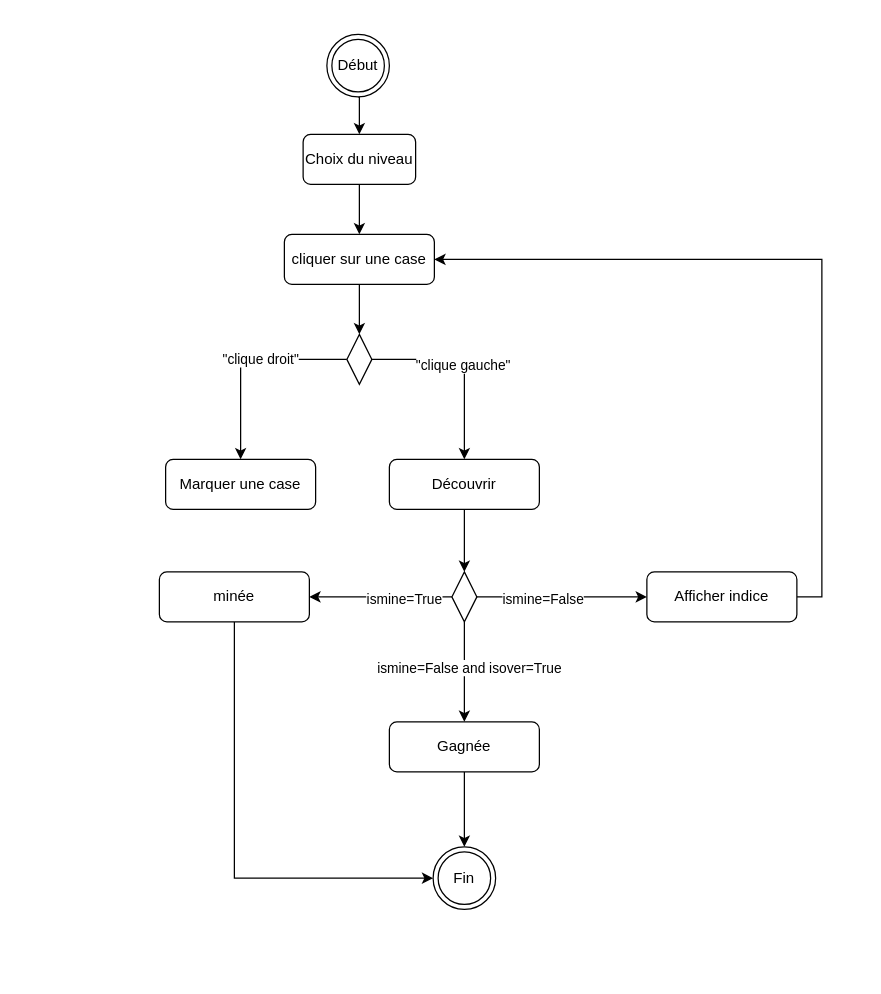
This is activitydiagram.drawio from emilyllg/filrougeEJL, a draw.io file, before an edit. Source tidied: cells renumbered, new cells numbered last; positions are measured from the earlier drawing's top-left corner, leaving out a move shared by most shapes. Both pictures are drawn from the tidied source at 125%, with x=0, y=0 at pixel (159, 34).
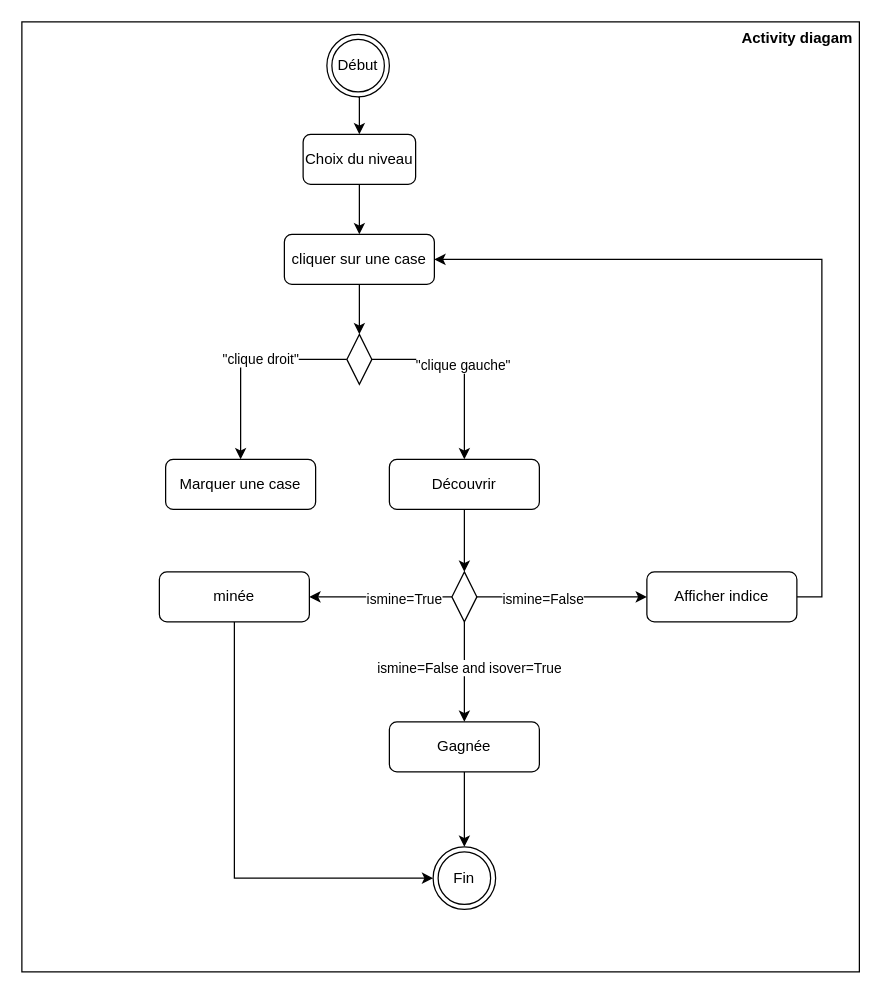
The same page after the edit.

Commit message (it also covers changes not shown here):
Mettre à jour activitydiagram.drawio

What changed in the source:
```diff
@@
+    <mxCell id="30" style="rounded=0;whiteSpace=wrap;html=1;" parent="1" vertex="1">
+      <mxGeometry x="-110" y="-10" width="670" height="760" as="geometry" />
+    </mxCell>
@@
+    <mxCell id="31" value="Activity diagam" style="text;align=center;fontStyle=1;verticalAlign=middle;spacingLeft=3;spacingRight=3;strokeColor=none;html=1;" parent="1" vertex="1">
+      <mxGeometry x="470" y="-10" width="80" height="26" as="geometry" />
+    </mxCell>
```
